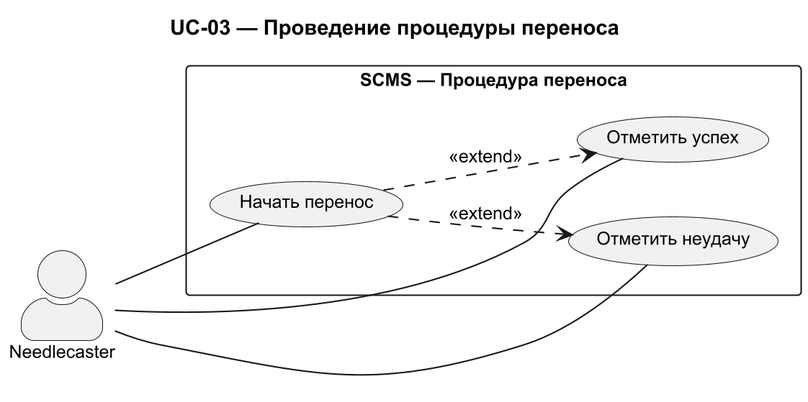
This is use-case-diagrams/uc03-needlecast-procedure.png from ErnandesDaniel/modified-carbon, a PlantUML export, as it was before one commit. Its diagram source:
```plantuml
@startuml
skinparam packageStyle rectangle
skinparam actorStyle awesome
skinparam dpi 200
skinparam defaultFontName Arial
skinparam defaultFontSize 12

left to right direction

title UC-03 — Проведение процедуры переноса

rectangle "SCMS — Процедура переноса" {

  usecase "Начать перенос" as START
  usecase "Отметить успех" as SUCCESS
  usecase "Отметить неудачу" as FAIL

  START ..> SUCCESS : <<extend>>
  START ..> FAIL : <<extend>>
}

actor "Needlecaster" as NC

NC -- START
NC -- SUCCESS
NC -- FAIL

@enduml
```
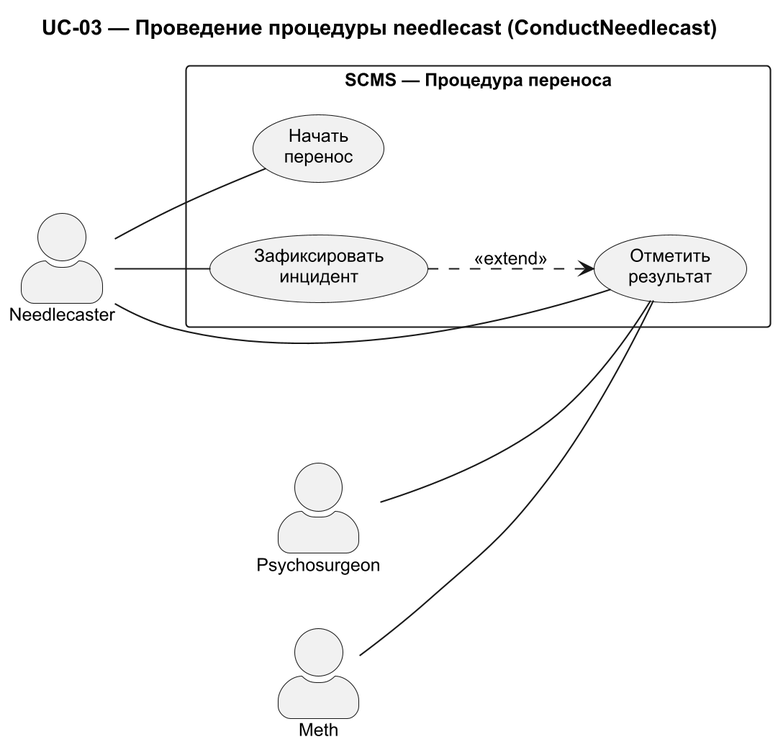
The same file after the commit.

What changed in the source:
```diff
@@ -7,22 +7,25 @@
 
 left to right direction
 
-title UC-03 — Проведение процедуры переноса
+title UC-03 — Проведение процедуры needlecast (ConductNeedlecast)
 
 rectangle "SCMS — Процедура переноса" {
 
-  usecase "Начать перенос" as START
-  usecase "Отметить успех" as SUCCESS
-  usecase "Отметить неудачу" as FAIL
+  usecase "Начать\nперенос" as START
+  usecase "Отметить\nрезультат" as RESULT
+  usecase "Зафиксировать\nинцидент" as INCIDENT
 
-  START ..> SUCCESS : <<extend>>
-  START ..> FAIL : <<extend>>
+  INCIDENT ..> RESULT : <<extend>>
 }
 
 actor "Needlecaster" as NC
+actor "Psychosurgeon" as PSY
+actor "Meth" as METH
 
 NC -- START
-NC -- SUCCESS
-NC -- FAIL
+NC -- RESULT
+NC -- INCIDENT
+PSY -- RESULT
+METH -- RESULT
 
 @enduml
```
